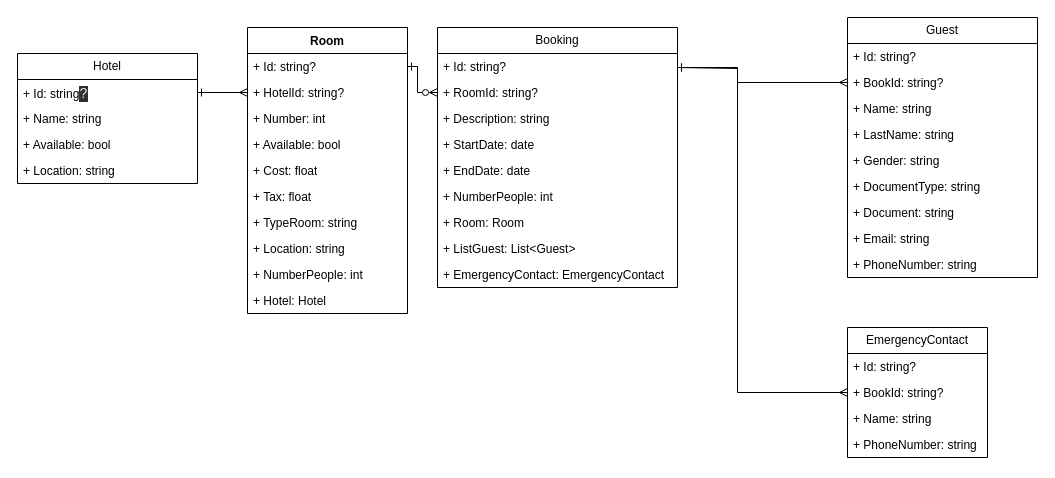
Earlier version of the draw.io diagram Diagrama sin título.drawio (Alejo215/AppHoteles). Source tidied: cells renumbered, new cells numbered last; positions are measured from the earlier drawing's top-left corner, leaving out a move shared by most shapes. Both pictures are drawn from the tidied source at 100%, with x=0, y=0 at pixel (17, 17).
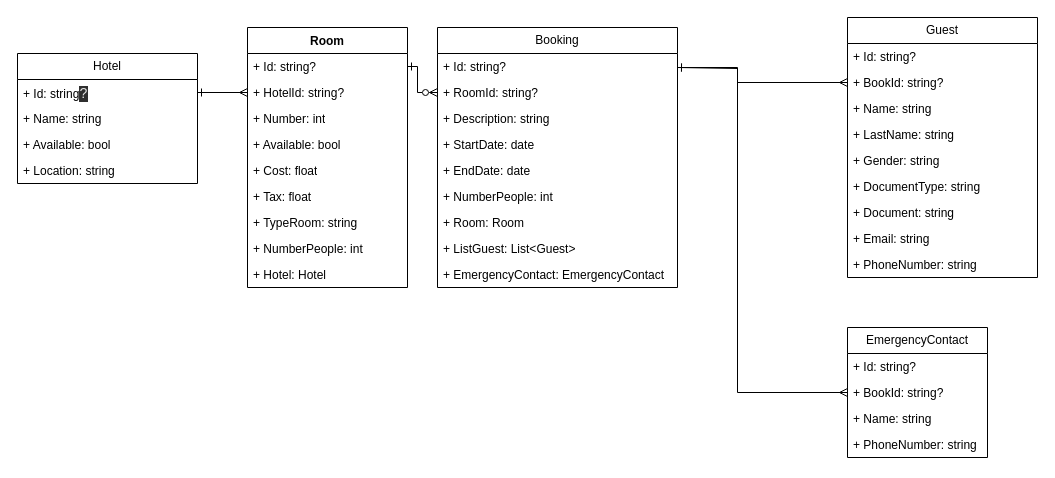
After the change.

Diff of the diagram source:
```diff
@@
     <mxCell id="7" value="Room" style="swimlane;fontStyle=1;align=center;verticalAlign=top;horizontal=1;startSize=26;whiteSpace=wrap;html=1;" parent="1" vertex="1">
-      <mxGeometry x="230" y="10" width="160" height="286" as="geometry" />
+      <mxGeometry x="230" y="10" width="160" height="260" as="geometry" />
     </mxCell>
@@
-    <mxCell id="15" value="+ Location: string" style="text;strokeColor=none;fillColor=none;align=left;verticalAlign=top;spacingLeft=4;spacingRight=4;overflow=hidden;whiteSpace=wrap;html=1;" parent="7" vertex="1">
-      <mxGeometry y="208" width="160" height="26" as="geometry" />
-    </mxCell>
     <mxCell id="16" value="+ NumberPeople: int" style="text;strokeColor=none;fillColor=none;align=left;verticalAlign=top;spacingLeft=4;spacingRight=4;overflow=hidden;whiteSpace=wrap;html=1;" parent="7" vertex="1">
-      <mxGeometry y="234" width="160" height="26" as="geometry" />
+      <mxGeometry y="208" width="160" height="26" as="geometry" />
     </mxCell>
     <mxCell id="17" value="+ Hotel: Hotel" style="text;strokeColor=none;fillColor=none;align=left;verticalAlign=top;spacingLeft=4;spacingRight=4;overflow=hidden;whiteSpace=wrap;html=1;" parent="7" vertex="1">
-      <mxGeometry y="260" width="160" height="26" as="geometry" />
+      <mxGeometry y="234" width="160" height="26" as="geometry" />
     </mxCell>
```
